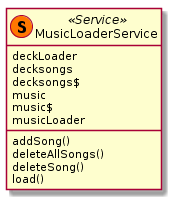
Earlier version of the PlantUML export out/doc/classes/MusicLoaderService.png (clm2609/VirtualDJ). The source it was exported from:
```plantuml
@startuml MusicLoaderService
class "MusicLoaderService" as musicServ <<(S,#FF7700) Service>>{
    deckLoader
    decksongs
    decksongs$
    music
    music$
    musicLoader
    addSong()
    deleteAllSongs()
    deleteSong()
    load()
}
@enduml
```
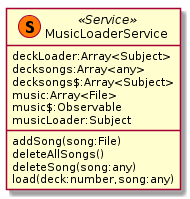
Later version of the same file.

Diff of the diagram source:
```diff
@@ -1,14 +1,14 @@
 @startuml MusicLoaderService
 class "MusicLoaderService" as musicServ <<(S,#FF7700) Service>>{
-    deckLoader
-    decksongs
-    decksongs$
-    music
-    music$
-    musicLoader
-    addSong()
+    deckLoader:Array<Subject>
+    decksongs:Array<any>
+    decksongs$:Array<Subject>
+    music:Array<File>
+    music$:Observable
+    musicLoader:Subject
+    addSong(song:File)
     deleteAllSongs()
-    deleteSong()
-    load()
+    deleteSong(song:any)
+    load(deck:number,song:any)
 }
 @enduml
```
